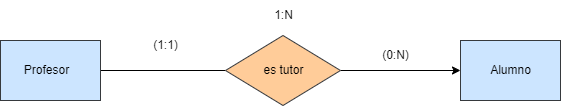
Before: Tareas/Unidad1/Images/ejercicio1.1.drawio.png, a diagram exported from draw.io (WhiteCascade/BAE). Source tidied: cells renumbered, new cells last; positions are measured from the earlier drawing's top-left corner, leaving out a move shared by most shapes.
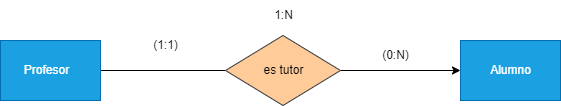
After the change.

Diff of the diagram source:
```diff
@@ -5,10 +5,10 @@
     <mxCell id="2" style="edgeStyle=none;html=1;exitX=1;exitY=0.5;exitDx=0;exitDy=0;endArrow=none;endFill=0;" parent="1" edge="1" source="3" target="6">
       <mxGeometry relative="1" as="geometry" />
     </mxCell>
-    <mxCell id="3" value="Profesor&lt;span style=&quot;white-space: pre;&quot;&gt;&#9;&lt;/span&gt;" style="html=1;dashed=0;whitespace=wrap;fillColor=#cce5ff;strokeColor=#36393d;" parent="1" vertex="1">
+    <mxCell id="3" value="Profesor&lt;span style=&quot;white-space: pre;&quot;&gt;&#9;&lt;/span&gt;" style="html=1;dashed=0;whitespace=wrap;fillColor=#1ba1e2;strokeColor=#006EAF;fontColor=#ffffff;" parent="1" vertex="1">
       <mxGeometry y="40" width="100" height="60" as="geometry" />
     </mxCell>
-    <mxCell id="4" value="Alumno" style="html=1;dashed=0;whitespace=wrap;fillColor=#cce5ff;strokeColor=#36393d;" parent="1" vertex="1">
+    <mxCell id="4" value="Alumno" style="html=1;dashed=0;whitespace=wrap;fillColor=#1ba1e2;strokeColor=#006EAF;fontColor=#ffffff;" parent="1" vertex="1">
       <mxGeometry x="460" y="40" width="100" height="60" as="geometry" />
     </mxCell>
     <mxCell id="5" style="edgeStyle=none;html=1;endArrow=classic;endFill=1;" parent="1" edge="1" source="6" target="4">
```
